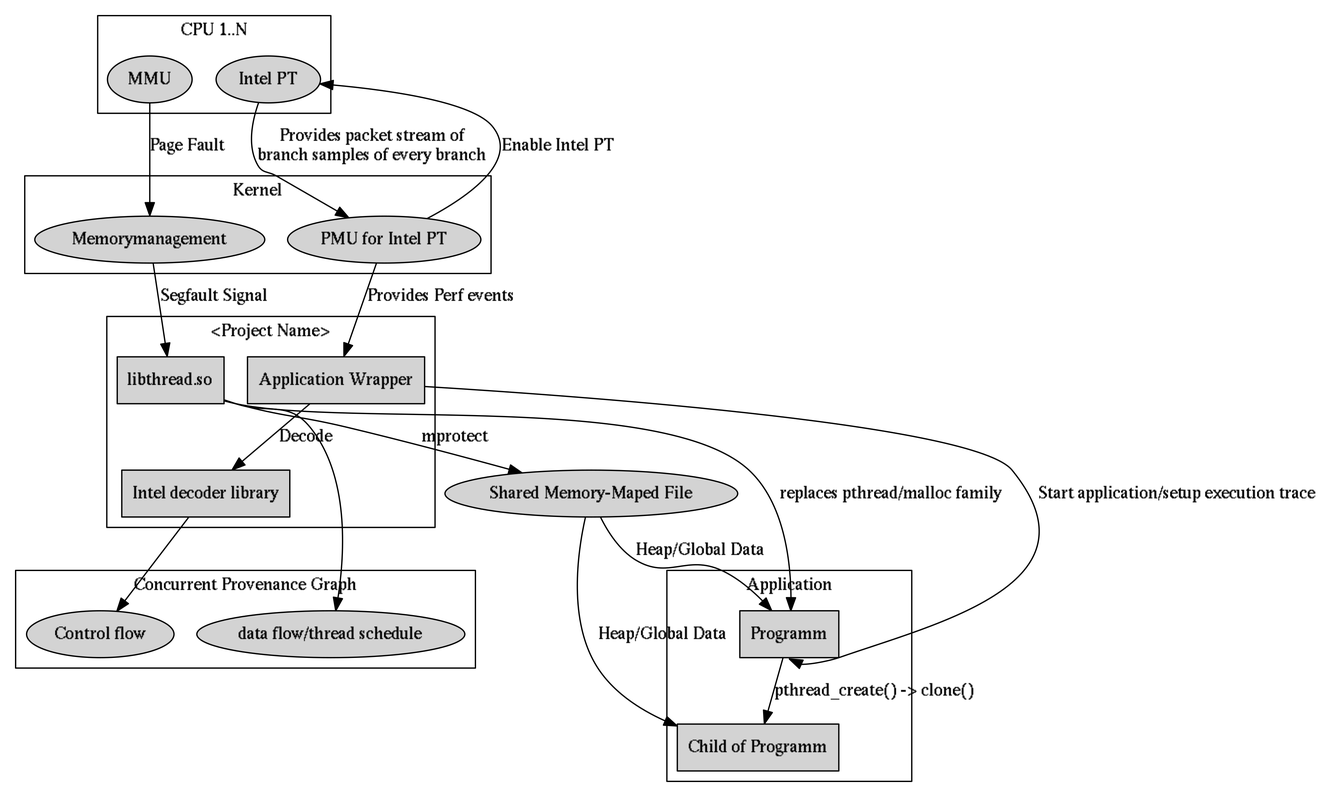
Before: presentation/architecture.png, a diagram exported from Graphviz (planetA/tthread). Its source is kept beside it as presentation/architecture.dot. Its diagram source:
```dot
digraph architecture {
  node [style=rounded,style=filled];
  graph [ dpi = 300 ];

  subgraph cluster_cpu {
    label="CPU 1..N";
    "Intel PT";
    MMU;
  };

  subgraph cluster_kernel {
    label="Kernel"
    Memorymanagement;
    "PMU for Intel PT";
  }

  "PMU for Intel PT" -> "Intel PT" [shape=box, label="Enable Intel PT"];
  "Intel PT" -> "PMU for Intel PT" [shape=box, label="Provides packet stream of\nbranch samples of every branch"];
  "MMU" -> Memorymanagement [label="Page Fault"];

  Memorymanagement -> tthread [label="Segfault Signal"];

  subgraph cluster_graph {
    label="Concurrent Provenance Graph";
    "Control flow";
    "data flow/thread schedule";
  }

  subgraph cluster_framework {
    label="<Project Name>";
    libipt [shape=box, label="Intel decoder library"];
    application_wrapper [shape=box, label="Application Wrapper"];
    tthread [shape=box, label="libthread.so"];
  };

  libipt -> "Control flow";
  tthread -> "data flow/thread schedule";

  application_wrapper -> libipt [label="Decode "]
  shared_mmap_file [label="Shared Memory-Maped File"];
  tthread -> shared_mmap_file [label="mprotect"];


  "PMU for Intel PT" -> application_wrapper [label="Provides Perf events"];

  subgraph cluster_programm {
    label="Application";
    programm;
    child;
  }

  programm [shape=box,label="Programm"];

  child [shape=box,label="Child of Programm"];

  programm -> child [label="pthread_create() -> clone()"];

  tthread -> programm [label="replaces pthread/malloc family"];

  shared_mmap_file -> child [label="Heap/Global Data"];
  shared_mmap_file -> programm [label="Heap/Global Data"];

  application_wrapper -> programm [label="Start application/setup execution trace",headport=s];
}
```
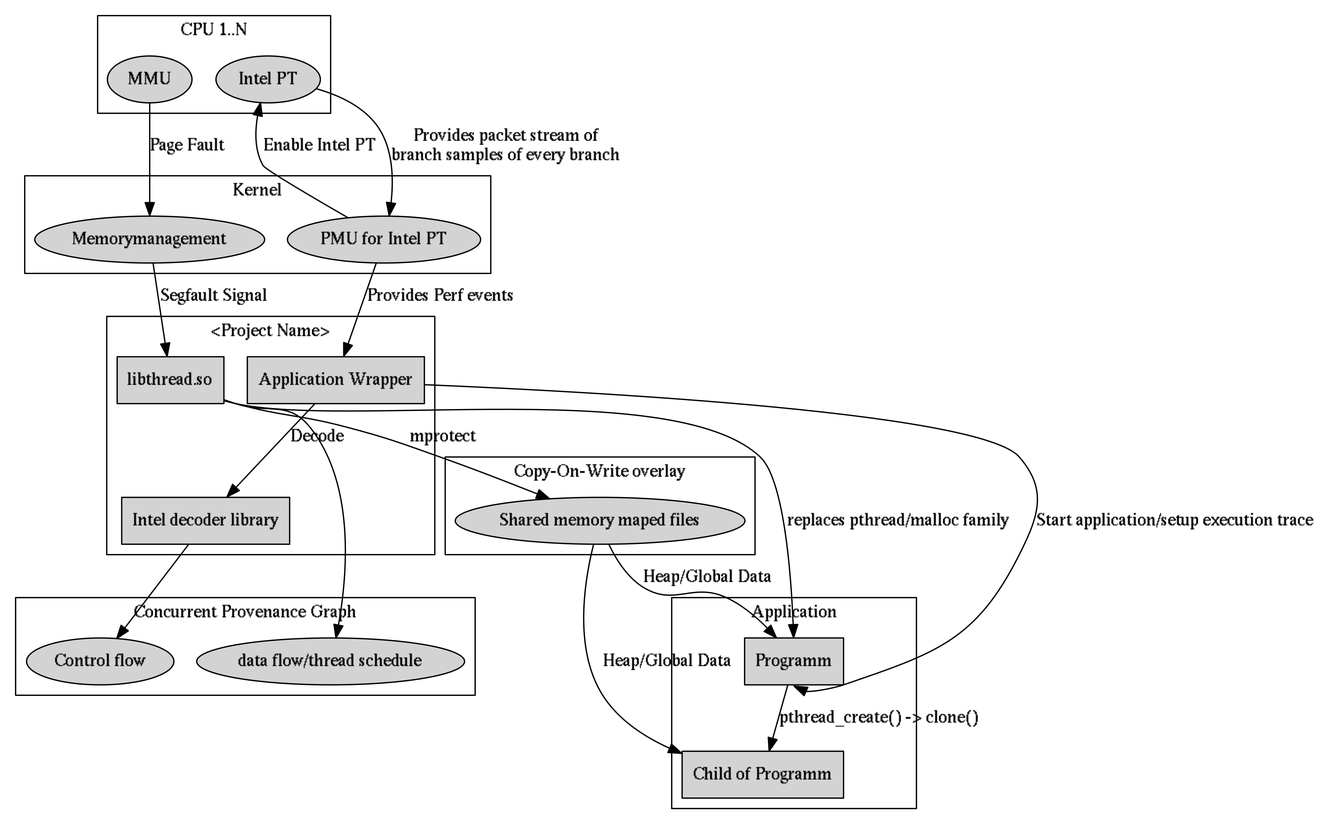
After the change.

Commit message:
add copy-on-write overlay

The edit, as a diff of the source:
```diff
@@ -36,9 +36,14 @@
   libipt -> "Control flow";
   tthread -> "data flow/thread schedule";
 
-  application_wrapper -> libipt [label="Decode "]
-  shared_mmap_file [label="Shared Memory-Maped File"];
-  tthread -> shared_mmap_file [label="mprotect"];
+  application_wrapper -> libipt [label="Decode "];
+
+  subgraph cluster_memory {
+      label="Copy-On-Write overlay"
+      shared_mmap_file [label="Shared memory maped files"];
+  }
+
+  tthread -> shared_mmap_file [label="mprotect", headport=cluster_memory];
 
 
   "PMU for Intel PT" -> application_wrapper [label="Provides Perf events"];
```
